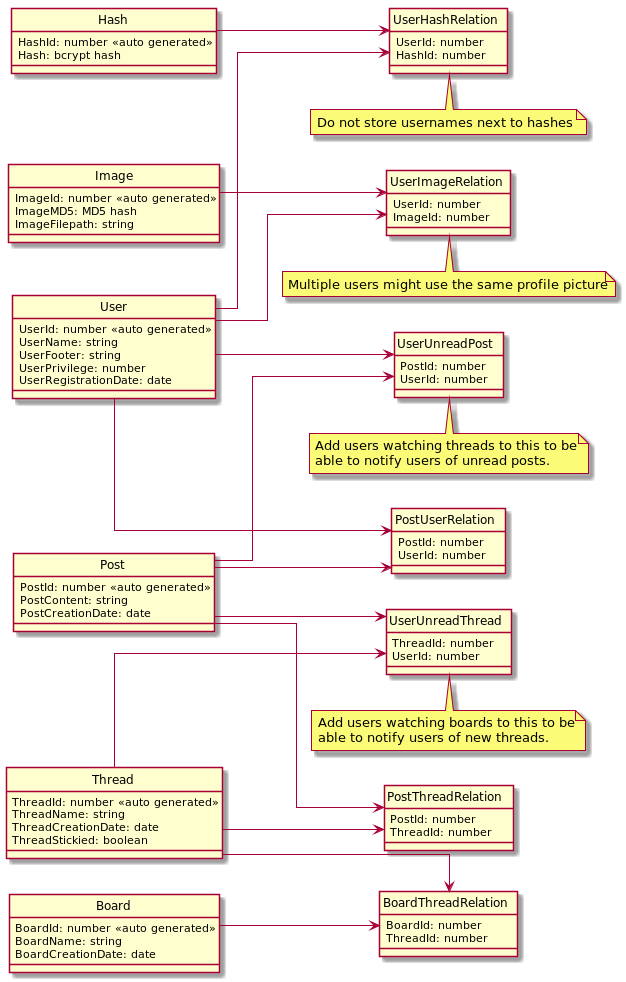
depsterr/slutprojektWSP21 keeps this PlantUML diagram as docs/misc/img/database.png. Above is the earlier version. Source of this version:
```plantuml
@startuml

hide circle
skinparam linetype ortho
left to right direction

entity "User" as user {
	UserId: number <<auto generated>>
	UserName: string
	UserFooter: string
	UserPrivilege: number
	UserRegistrationDate: date
}

entity "Hash" as hash {
	HashId: number <<auto generated>>
	Hash: bcrypt hash
}

entity "UserHashRelation" as userhash {
	UserId: number
	HashId: number
}

note bottom : Do not store usernames next to hashes

user --> userhash
hash --> userhash

entity "Image" as image {
	ImageId: number <<auto generated>>
	ImageMD5: MD5 hash
	ImageFilepath: string
}

entity "UserImageRelation" as userimage {
	UserId: number
	ImageId: number
}

note bottom : Multiple users might use the same profile picture

user --> userimage
image --> userimage

entity "Board" as board {
	BoardId: number <<auto generated>>
	BoardName: string
	BoardCreationDate: date
}

entity "Thread" as thread {
	ThreadId: number <<auto generated>>
	ThreadName: string
	ThreadCreationDate: date
	ThreadStickied: boolean
}

entity "Post" as post {
	PostId: number <<auto generated>>
	PostContent: string
	PostCreationDate: date
}

entity "BoardThreadRelation" as boardthread {
	BoardId: number
	ThreadId: number
}

board --> boardthread
thread --> boardthread

entity "PostThreadRelation" as postthread {
	PostId: number
	ThreadId: number
}

post --> postthread
thread --> postthread

entity "PostUserRelation" as postuser {
	PostId: number
	UserId: number
}

post --> postuser
user --> postuser

entity "UserUnreadPost" as userunreadpost {
	PostId: number
	UserId: number
}

post --> userunreadpost
user --> userunreadpost

note bottom
Add users watching threads to this to be
able to notify users of unread posts.
endnote

entity "UserUnreadThread" as userunreadthread {
	ThreadId: number
	UserId: number
}

post --> userunreadthread
thread --> userunreadthread

note bottom
Add users watching boards to this to be
able to notify users of new threads.
end note

@enduml
```
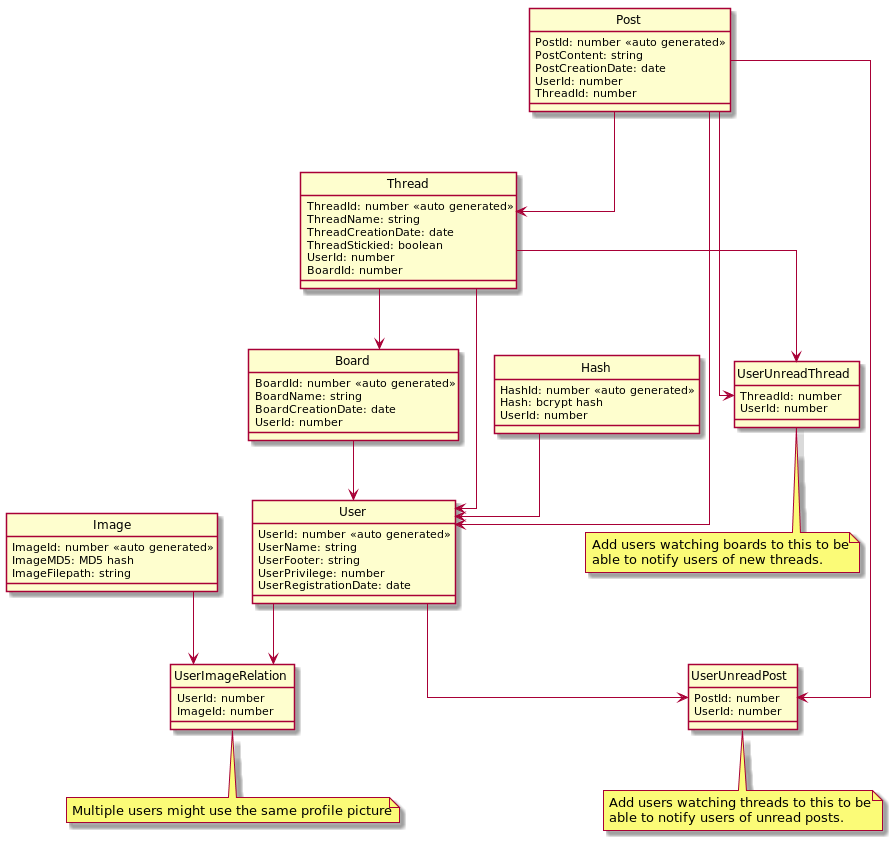
After the change.

Commit message:
Changed Database structure and began work on source

Diff of the diagram source:
```diff
@@ -2,7 +2,6 @@
 
 hide circle
 skinparam linetype ortho
-left to right direction
 
 entity "User" as user {
 	UserId: number <<auto generated>>
@@ -15,17 +14,10 @@
 entity "Hash" as hash {
 	HashId: number <<auto generated>>
 	Hash: bcrypt hash
+	UserId: number
 }
 
-entity "UserHashRelation" as userhash {
-	UserId: number
-	HashId: number
-}
-
-note bottom : Do not store usernames next to hashes
-
-user --> userhash
-hash --> userhash
+hash --> user
 
 entity "Image" as image {
 	ImageId: number <<auto generated>>
@@ -47,44 +39,33 @@
 	BoardId: number <<auto generated>>
 	BoardName: string
 	BoardCreationDate: date
+	UserId: number
 }
+
+board --> user
 
 entity "Thread" as thread {
 	ThreadId: number <<auto generated>>
 	ThreadName: string
 	ThreadCreationDate: date
 	ThreadStickied: boolean
+	UserId: number
+	BoardId: number
 }
+
+thread --> user
+thread --> board
 
 entity "Post" as post {
 	PostId: number <<auto generated>>
 	PostContent: string
 	PostCreationDate: date
-}
-
-entity "BoardThreadRelation" as boardthread {
-	BoardId: number
+	UserId: number
 	ThreadId: number
 }
 
-board --> boardthread
-thread --> boardthread
-
-entity "PostThreadRelation" as postthread {
-	PostId: number
-	ThreadId: number
-}
-
-post --> postthread
-thread --> postthread
-
-entity "PostUserRelation" as postuser {
-	PostId: number
-	UserId: number
-}
-
-post --> postuser
-user --> postuser
+post --> user
+post --> thread
 
 entity "UserUnreadPost" as userunreadpost {
 	PostId: number
```
